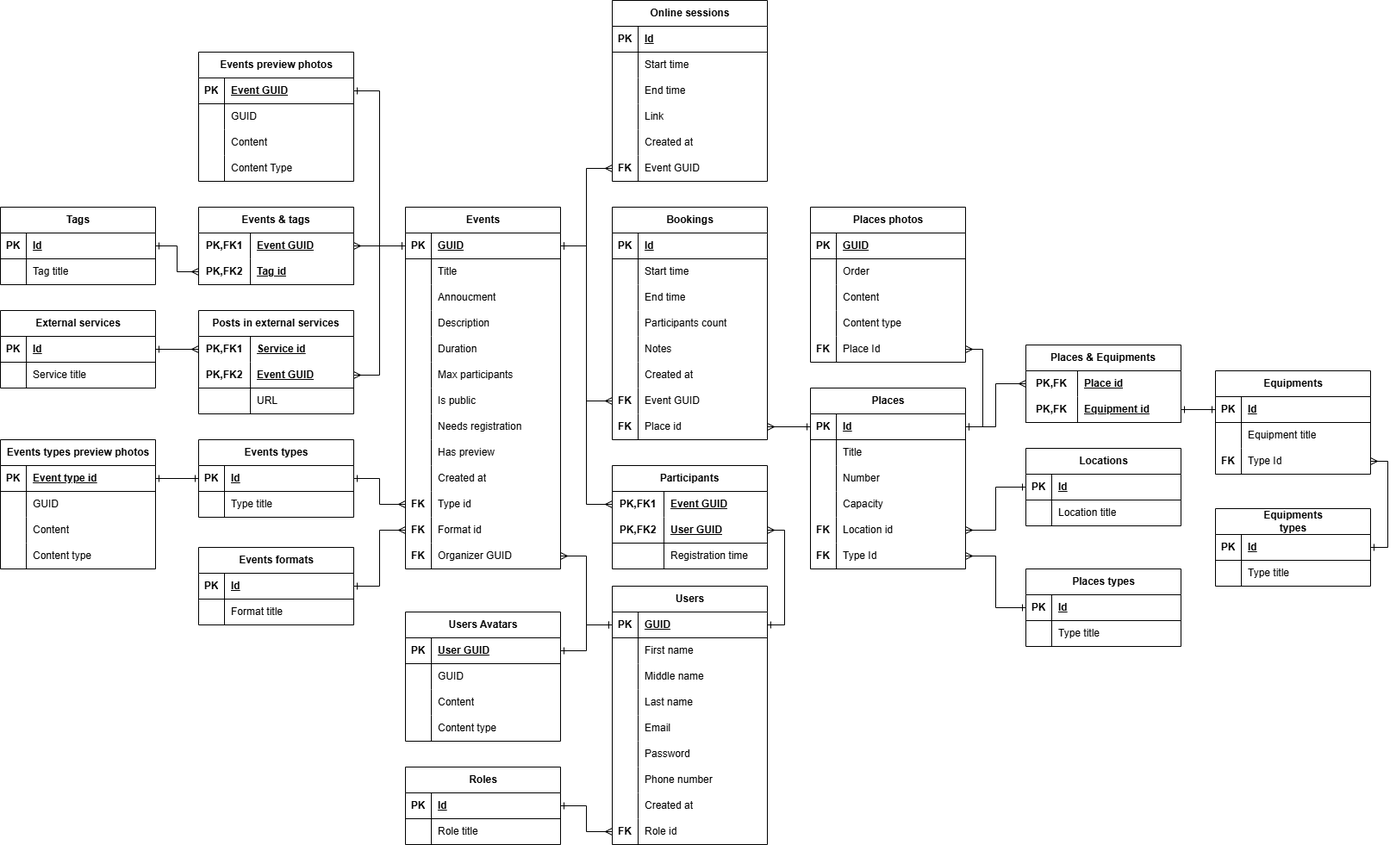
The draw.io diagram Database.png in Shtskkh/Events.Backend, before a commit. Source tidied: cells renumbered, new cells last; positions are measured from the earlier drawing's top-left corner, leaving out a move shared by most shapes.
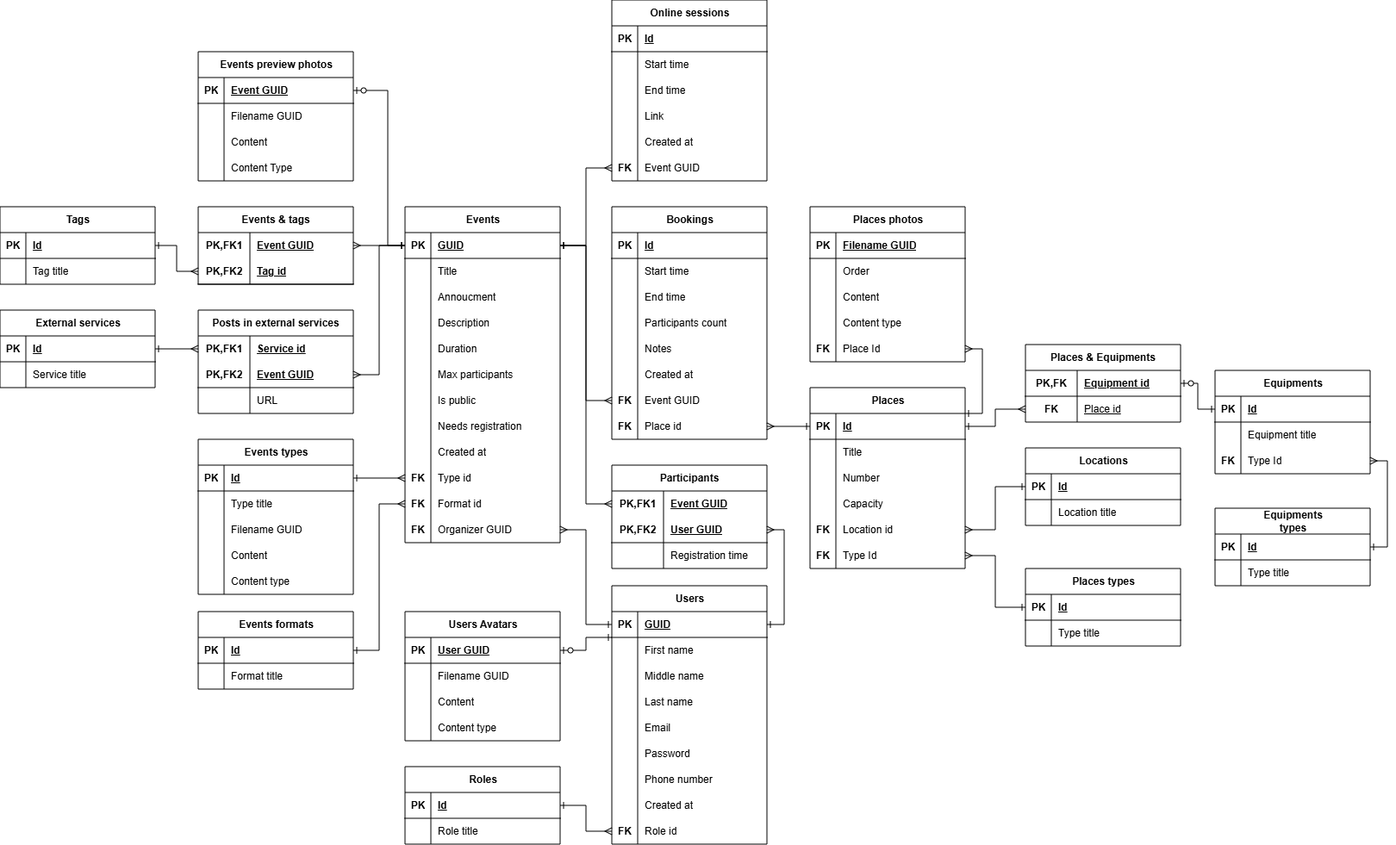
The same file after the commit.

Commit message:
Обновление схемы базы данных

What changed in the source:
```diff
@@ -5,3 +5,3 @@
     <mxCell id="2" value="Events" style="shape=table;startSize=30;rowLines=0;fontStyle=1;align=center;html=1;" parent="1" vertex="1">
-      <mxGeometry x="470" y="240" width="180" height="420" as="geometry" />
+      <mxGeometry x="470" y="240" width="180" height="390" as="geometry" />
     </mxCell>
@@ -79,13 +79,4 @@
     </mxCell>
-    <mxCell id="27" style="shape=tableRow;horizontal=0;startSize=0;swimlaneHead=0;swimlaneBody=0;fillColor=none;top=0;left=0;right=0;bottom=0;" parent="2" vertex="1">
-      <mxGeometry y="270" width="180" height="30" as="geometry" />
-    </mxCell>
-    <mxCell id="28" value="&lt;div&gt;&lt;br/&gt;&lt;/div&gt;" style="shape=partialRectangle;fillColor=none;top=0;left=0;bottom=0;right=0;overflow=hidden;whiteSpace=wrap;html=1;" parent="27" vertex="1">
-      <mxGeometry width="30" height="30" as="geometry" />
-    </mxCell>
-    <mxCell id="29" value="Has preview" style="shape=partialRectangle;fillColor=none;top=0;left=0;bottom=0;right=0;align=left;spacingLeft=6;overflow=hidden;whiteSpace=wrap;html=1;" parent="27" vertex="1">
-      <mxGeometry x="30" width="150" height="30" as="geometry" />
-    </mxCell>
     <mxCell id="30" style="shape=tableRow;horizontal=0;startSize=0;swimlaneHead=0;swimlaneBody=0;fillColor=none;top=0;left=0;right=0;bottom=0;" parent="2" vertex="1">
-      <mxGeometry y="300" width="180" height="30" as="geometry" />
+      <mxGeometry y="270" width="180" height="30" as="geometry" />
     </mxCell>
@@ -98,3 +89,3 @@
     <mxCell id="33" style="shape=tableRow;horizontal=0;startSize=0;swimlaneHead=0;swimlaneBody=0;fillColor=none;points=[[0,0.5],[1,0.5]];portConstraint=eastwest;top=0;left=0;right=0;bottom=0;" parent="2" vertex="1">
-      <mxGeometry y="330" width="180" height="30" as="geometry" />
+      <mxGeometry y="300" width="180" height="30" as="geometry" />
     </mxCell>
@@ -107,3 +98,3 @@
     <mxCell id="36" style="shape=tableRow;horizontal=0;startSize=0;swimlaneHead=0;swimlaneBody=0;fillColor=none;points=[[0,0.5],[1,0.5]];portConstraint=eastwest;top=0;left=0;right=0;bottom=0;" parent="2" vertex="1">
-      <mxGeometry y="360" width="180" height="30" as="geometry" />
+      <mxGeometry y="330" width="180" height="30" as="geometry" />
     </mxCell>
@@ -116,3 +107,3 @@
     <mxCell id="39" style="shape=tableRow;horizontal=0;startSize=0;swimlaneHead=0;swimlaneBody=0;fillColor=none;points=[[0,0.5],[1,0.5]];portConstraint=eastwest;top=0;left=0;right=0;bottom=0;" parent="2" vertex="1">
-      <mxGeometry y="390" width="180" height="30" as="geometry" />
+      <mxGeometry y="360" width="180" height="30" as="geometry" />
     </mxCell>
@@ -125,3 +116,3 @@
     <mxCell id="42" value="Events types" style="shape=table;startSize=30;rowLines=0;fontStyle=1;align=center;html=1;" parent="1" vertex="1">
-      <mxGeometry x="230" y="510" width="180" height="90" as="geometry" />
+      <mxGeometry x="230" y="510" width="180" height="180" as="geometry" />
     </mxCell>
@@ -145,4 +136,31 @@
     </mxCell>
+    <mxCell id="273" style="shape=tableRow;horizontal=0;startSize=0;swimlaneHead=0;swimlaneBody=0;fillColor=none;top=0;left=0;right=0;bottom=0;" parent="42" vertex="1">
+      <mxGeometry y="90" width="180" height="30" as="geometry" />
+    </mxCell>
+    <mxCell id="310" style="shape=partialRectangle;fillColor=none;top=0;left=0;bottom=0;right=0;overflow=hidden;whiteSpace=wrap;html=1;" parent="273" vertex="1">
+      <mxGeometry width="30" height="30" as="geometry" />
+    </mxCell>
+    <mxCell id="311" value="Filename GUID" style="shape=partialRectangle;fillColor=none;top=0;left=0;bottom=0;right=0;align=left;spacingLeft=6;overflow=hidden;whiteSpace=wrap;html=1;" parent="273" vertex="1">
+      <mxGeometry x="30" width="150" height="30" as="geometry" />
+    </mxCell>
+    <mxCell id="276" style="shape=tableRow;horizontal=0;startSize=0;swimlaneHead=0;swimlaneBody=0;fillColor=none;top=0;left=0;right=0;bottom=0;" parent="42" vertex="1">
+      <mxGeometry y="120" width="180" height="30" as="geometry" />
+    </mxCell>
+    <mxCell id="312" style="shape=partialRectangle;fillColor=none;top=0;left=0;bottom=0;right=0;overflow=hidden;whiteSpace=wrap;html=1;" parent="276" vertex="1">
+      <mxGeometry width="30" height="30" as="geometry" />
+    </mxCell>
+    <mxCell id="275" value="Content" style="shape=partialRectangle;fillColor=none;top=0;left=0;bottom=0;right=0;align=left;spacingLeft=6;overflow=hidden;whiteSpace=wrap;html=1;" parent="276" vertex="1">
+      <mxGeometry x="30" width="150" height="30" as="geometry" />
+    </mxCell>
+    <mxCell id="313" style="shape=tableRow;horizontal=0;startSize=0;swimlaneHead=0;swimlaneBody=0;fillColor=none;top=0;left=0;right=0;bottom=0;" parent="42" vertex="1">
+      <mxGeometry y="150" width="180" height="30" as="geometry" />
+    </mxCell>
+    <mxCell id="314" style="shape=partialRectangle;fillColor=none;top=0;left=0;bottom=0;right=0;overflow=hidden;whiteSpace=wrap;html=1;" parent="313" vertex="1">
+      <mxGeometry width="30" height="30" as="geometry" />
+    </mxCell>
+    <mxCell id="278" value="Content type" style="shape=partialRectangle;fillColor=none;top=0;left=0;bottom=0;right=0;align=left;spacingLeft=6;overflow=hidden;whiteSpace=wrap;html=1;" parent="313" vertex="1">
+      <mxGeometry x="30" width="150" height="30" as="geometry" />
+    </mxCell>
     <mxCell id="49" value="Events formats" style="shape=table;startSize=30;rowLines=0;fontStyle=1;align=center;html=1;" parent="1" vertex="1">
-      <mxGeometry x="230" y="635" width="180" height="90" as="geometry" />
+      <mxGeometry x="230" y="710" width="180" height="90" as="geometry" />
     </mxCell>
@@ -327,20 +345,20 @@
     </mxCell>
+    <mxCell id="111" style="shape=tableRow;horizontal=0;startSize=0;swimlaneHead=0;swimlaneBody=0;fillColor=none;points=[[0,0.5],[1,0.5]];portConstraint=eastwest;top=0;left=0;right=0;bottom=1;html=1;" parent="107" vertex="1">
+      <mxGeometry y="30" width="180" height="30" as="geometry" />
+    </mxCell>
+    <mxCell id="112" value="PK,FK" style="shape=partialRectangle;fillColor=none;top=0;left=0;bottom=0;right=0;fontStyle=1;overflow=hidden;html=1;whiteSpace=wrap;" parent="111" vertex="1">
+      <mxGeometry width="60" height="30" as="geometry" />
+    </mxCell>
+    <mxCell id="113" value="Equipment id" style="shape=partialRectangle;fillColor=none;top=0;left=0;bottom=0;right=0;align=left;spacingLeft=6;fontStyle=5;overflow=hidden;html=1;whiteSpace=wrap;" parent="111" vertex="1">
+      <mxGeometry x="60" width="120" height="30" as="geometry" />
+    </mxCell>
     <mxCell id="108" style="shape=tableRow;horizontal=0;startSize=0;swimlaneHead=0;swimlaneBody=0;fillColor=none;points=[[0,0.5],[1,0.5]];portConstraint=eastwest;top=0;left=0;right=0;bottom=0;html=1;" parent="107" vertex="1">
-      <mxGeometry y="30" width="180" height="30" as="geometry" />
+      <mxGeometry y="60" width="180" height="30" as="geometry" />
     </mxCell>
-    <mxCell id="109" value="PK,FK" style="shape=partialRectangle;fillColor=none;top=0;left=0;bottom=0;right=0;fontStyle=1;overflow=hidden;html=1;whiteSpace=wrap;" parent="108" vertex="1">
+    <mxCell id="109" value="FK" style="shape=partialRectangle;fillColor=none;top=0;left=0;bottom=0;right=0;fontStyle=1;overflow=hidden;html=1;whiteSpace=wrap;" parent="108" vertex="1">
       <mxGeometry width="60" height="30" as="geometry" />
     </mxCell>
-    <mxCell id="110" value="Place id" style="shape=partialRectangle;fillColor=none;top=0;left=0;bottom=0;right=0;align=left;spacingLeft=6;fontStyle=5;overflow=hidden;html=1;whiteSpace=wrap;" parent="108" vertex="1">
+    <mxCell id="110" value="Place id" style="shape=partialRectangle;fillColor=none;top=0;left=0;bottom=0;right=0;align=left;spacingLeft=6;fontStyle=4;overflow=hidden;html=1;whiteSpace=wrap;" parent="108" vertex="1">
       <mxGeometry x="60" width="120" height="30" as="geometry" />
     </mxCell>
-    <mxCell id="111" style="shape=tableRow;horizontal=0;startSize=0;swimlaneHead=0;swimlaneBody=0;fillColor=none;points=[[0,0.5],[1,0.5]];portConstraint=eastwest;top=0;left=0;right=0;bottom=1;html=1;" parent="107" vertex="1">
-      <mxGeometry y="60" width="180" height="30" as="geometry" />
-    </mxCell>
-    <mxCell id="112" value="PK,FK" style="shape=partialRectangle;fillColor=none;top=0;left=0;bottom=0;right=0;fontStyle=1;overflow=hidden;html=1;whiteSpace=wrap;" parent="111" vertex="1">
-      <mxGeometry width="60" height="30" as="geometry" />
-    </mxCell>
-    <mxCell id="113" value="Equipment id" style="shape=partialRectangle;fillColor=none;top=0;left=0;bottom=0;right=0;align=left;spacingLeft=6;fontStyle=5;overflow=hidden;html=1;whiteSpace=wrap;" parent="111" vertex="1">
-      <mxGeometry x="60" width="120" height="30" as="geometry" />
-    </mxCell>
     <mxCell id="114" style="edgeStyle=orthogonalEdgeStyle;rounded=0;jettySize=auto;html=1;startArrow=ERone;startFill=0;endArrow=ERmany;endFill=0;" parent="1" edge="1" source="115" target="86">
@@ -378,3 +396,3 @@
     </mxCell>
-    <mxCell id="125" value="GUID" style="shape=partialRectangle;fillColor=none;top=0;left=0;bottom=0;right=0;align=left;spacingLeft=6;fontStyle=5;overflow=hidden;whiteSpace=wrap;html=1;" parent="123" vertex="1">
+    <mxCell id="125" value="Filename GUID" style="shape=partialRectangle;fillColor=none;top=0;left=0;bottom=0;right=0;align=left;spacingLeft=6;fontStyle=5;overflow=hidden;whiteSpace=wrap;html=1;" parent="123" vertex="1">
       <mxGeometry x="30" width="150" height="30" as="geometry" />
@@ -780,3 +798,3 @@
     </mxCell>
-    <mxCell id="259" value="GUID" style="shape=partialRectangle;fillColor=none;top=0;left=0;bottom=0;right=0;align=left;spacingLeft=6;overflow=hidden;whiteSpace=wrap;html=1;" parent="257" vertex="1">
+    <mxCell id="259" value="Filename GUID" style="shape=partialRectangle;fillColor=none;top=0;left=0;bottom=0;right=0;align=left;spacingLeft=6;overflow=hidden;whiteSpace=wrap;html=1;" parent="257" vertex="1">
       <mxGeometry x="30" width="150" height="30" as="geometry" />
@@ -801,41 +819,2 @@
     </mxCell>
-    <mxCell id="266" value="Events types preview photos" style="shape=table;startSize=30;rowLines=0;fontStyle=1;align=center;html=1;" parent="1" vertex="1">
-      <mxGeometry y="510" width="180" height="150" as="geometry" />
-    </mxCell>
-    <mxCell id="267" style="shape=tableRow;horizontal=0;startSize=0;swimlaneHead=0;swimlaneBody=0;fillColor=none;points=[[0,0.5],[1,0.5]];portConstraint=eastwest;top=0;left=0;right=0;bottom=1;" parent="266" vertex="1">
-      <mxGeometry y="30" width="180" height="30" as="geometry" />
-    </mxCell>
-    <mxCell id="268" value="PK" style="shape=partialRectangle;fillColor=none;top=0;left=0;bottom=0;right=0;fontStyle=1;overflow=hidden;whiteSpace=wrap;html=1;" parent="267" vertex="1">
-      <mxGeometry width="30" height="30" as="geometry" />
-    </mxCell>
-    <mxCell id="269" value="Event type id" style="shape=partialRectangle;fillColor=none;top=0;left=0;bottom=0;right=0;align=left;spacingLeft=6;fontStyle=5;overflow=hidden;whiteSpace=wrap;html=1;" parent="267" vertex="1">
-      <mxGeometry x="30" width="150" height="30" as="geometry" />
-    </mxCell>
-    <mxCell id="270" style="shape=tableRow;horizontal=0;startSize=0;swimlaneHead=0;swimlaneBody=0;fillColor=none;top=0;left=0;right=0;bottom=0;" parent="266" vertex="1">
-      <mxGeometry y="60" width="180" height="30" as="geometry" />
-    </mxCell>
-    <mxCell id="271" style="shape=partialRectangle;fillColor=none;top=0;left=0;bottom=0;right=0;overflow=hidden;whiteSpace=wrap;html=1;" parent="270" vertex="1">
-      <mxGeometry width="30" height="30" as="geometry" />
-    </mxCell>
-    <mxCell id="272" value="GUID" style="shape=partialRectangle;fillColor=none;top=0;left=0;bottom=0;right=0;align=left;spacingLeft=6;overflow=hidden;whiteSpace=wrap;html=1;" parent="270" vertex="1">
-      <mxGeometry x="30" width="150" height="30" as="geometry" />
-    </mxCell>
-    <mxCell id="273" style="shape=tableRow;horizontal=0;startSize=0;swimlaneHead=0;swimlaneBody=0;fillColor=none;top=0;left=0;right=0;bottom=0;" parent="266" vertex="1">
-      <mxGeometry y="90" width="180" height="30" as="geometry" />
-    </mxCell>
-    <mxCell id="274" style="shape=partialRectangle;fillColor=none;top=0;left=0;bottom=0;right=0;overflow=hidden;whiteSpace=wrap;html=1;" parent="273" vertex="1">
-      <mxGeometry width="30" height="30" as="geometry" />
-    </mxCell>
-    <mxCell id="275" value="Content" style="shape=partialRectangle;fillColor=none;top=0;left=0;bottom=0;right=0;align=left;spacingLeft=6;overflow=hidden;whiteSpace=wrap;html=1;" parent="273" vertex="1">
-      <mxGeometry x="30" width="150" height="30" as="geometry" />
-    </mxCell>
-    <mxCell id="276" style="shape=tableRow;horizontal=0;startSize=0;swimlaneHead=0;swimlaneBody=0;fillColor=none;top=0;left=0;right=0;bottom=0;" parent="266" vertex="1">
-      <mxGeometry y="120" width="180" height="30" as="geometry" />
-    </mxCell>
-    <mxCell id="277" style="shape=partialRectangle;fillColor=none;top=0;left=0;bottom=0;right=0;overflow=hidden;whiteSpace=wrap;html=1;" parent="276" vertex="1">
-      <mxGeometry width="30" height="30" as="geometry" />
-    </mxCell>
-    <mxCell id="278" value="Content type" style="shape=partialRectangle;fillColor=none;top=0;left=0;bottom=0;right=0;align=left;spacingLeft=6;overflow=hidden;whiteSpace=wrap;html=1;" parent="276" vertex="1">
-      <mxGeometry x="30" width="150" height="30" as="geometry" />
-    </mxCell>
     <mxCell id="279" style="edgeStyle=orthogonalEdgeStyle;rounded=0;jettySize=auto;html=1;startArrow=ERone;startFill=0;endArrow=ERmany;endFill=0;" parent="1" edge="1" source="57" target="67">
@@ -882,11 +861,13 @@
     </mxCell>
-    <mxCell id="291" style="edgeStyle=orthogonalEdgeStyle;rounded=0;jettySize=auto;html=1;startArrow=ERone;startFill=0;endArrow=ERone;endFill=0;" parent="1" edge="1" source="90" target="111">
+    <mxCell id="291" style="edgeStyle=orthogonalEdgeStyle;rounded=0;jettySize=auto;html=1;startArrow=ERone;startFill=0;endArrow=ERzeroToOne;endFill=0;" parent="1" edge="1" source="90" target="111">
       <mxGeometry relative="1" as="geometry" />
     </mxCell>
-    <mxCell id="292" style="edgeStyle=orthogonalEdgeStyle;rounded=0;jettySize=auto;html=1;startArrow=ERone;startFill=0;endArrow=ERone;endFill=0;" parent="1" edge="1" source="139" target="254">
-      <mxGeometry relative="1" as="geometry" />
+    <mxCell id="292" style="rounded=0;jettySize=auto;html=1;startArrow=ERone;startFill=0;endArrow=ERzeroToOne;endFill=0;edgeStyle=orthogonalEdgeStyle;" parent="1" edge="1" source="139" target="254">
+      <mxGeometry relative="1" as="geometry">
+        <Array as="points">
+          <mxPoint x="680" y="740" />
+          <mxPoint x="680" y="755" />
+        </Array>
+      </mxGeometry>
     </mxCell>
-    <mxCell id="293" style="edgeStyle=orthogonalEdgeStyle;rounded=0;jettySize=auto;html=1;endArrow=ERone;endFill=0;startArrow=ERone;startFill=0;" parent="1" edge="1" source="43" target="267">
-      <mxGeometry relative="1" as="geometry" />
-    </mxCell>
     <mxCell id="294" style="edgeStyle=orthogonalEdgeStyle;rounded=0;jettySize=auto;html=1;startArrow=ERone;startFill=0;endArrow=ERmany;endFill=0;" parent="1" edge="1" source="3" target="214">
@@ -912,3 +893,3 @@
     </mxCell>
-    <mxCell id="301" value="GUID" style="shape=partialRectangle;fillColor=none;top=0;left=0;bottom=0;right=0;align=left;spacingLeft=6;overflow=hidden;whiteSpace=wrap;html=1;" parent="299" vertex="1">
+    <mxCell id="301" value="Filename GUID" style="shape=partialRectangle;fillColor=none;top=0;left=0;bottom=0;right=0;align=left;spacingLeft=6;overflow=hidden;whiteSpace=wrap;html=1;" parent="299" vertex="1">
       <mxGeometry x="30" width="150" height="30" as="geometry" />
@@ -933,13 +914,18 @@
     </mxCell>
+    <mxCell id="309" style="edgeStyle=orthogonalEdgeStyle;rounded=0;jettySize=auto;html=1;startArrow=ERone;startFill=0;endArrow=ERmany;endFill=0;" parent="1" edge="1" source="71" target="135">
+      <mxGeometry relative="1" as="geometry">
+        <Array as="points">
+          <mxPoint x="1140" y="480" />
+          <mxPoint x="1140" y="405" />
+        </Array>
+      </mxGeometry>
+    </mxCell>
-    <mxCell id="308" style="edgeStyle=orthogonalEdgeStyle;rounded=0;jettySize=auto;html=1;startArrow=ERone;startFill=0;endArrow=ERone;endFill=0;" parent="1" edge="1" source="3" target="296">
-      <mxGeometry relative="1" as="geometry" />
+    <mxCell id="308" style="rounded=0;jettySize=auto;html=1;startArrow=ERzeroToOne;startFill=0;endArrow=ERone;endFill=0;edgeStyle=orthogonalEdgeStyle;" parent="1" edge="1" source="296" target="3">
+      <mxGeometry relative="1" as="geometry">
+        <Array as="points">
+          <mxPoint x="450" y="105" />
+          <mxPoint x="450" y="285" />
+        </Array>
+      </mxGeometry>
     </mxCell>
-    <mxCell id="309" style="edgeStyle=orthogonalEdgeStyle;rounded=0;jettySize=auto;html=1;startArrow=ERone;startFill=0;endArrow=ERmany;endFill=0;" parent="1" edge="1" source="71" target="135">
-      <mxGeometry relative="1" as="geometry">
-        <Array as="points">
-          <mxPoint x="1140" y="495" />
-          <mxPoint x="1140" y="405" />
-        </Array>
-      </mxGeometry>
-    </mxCell>
   </root>
```
